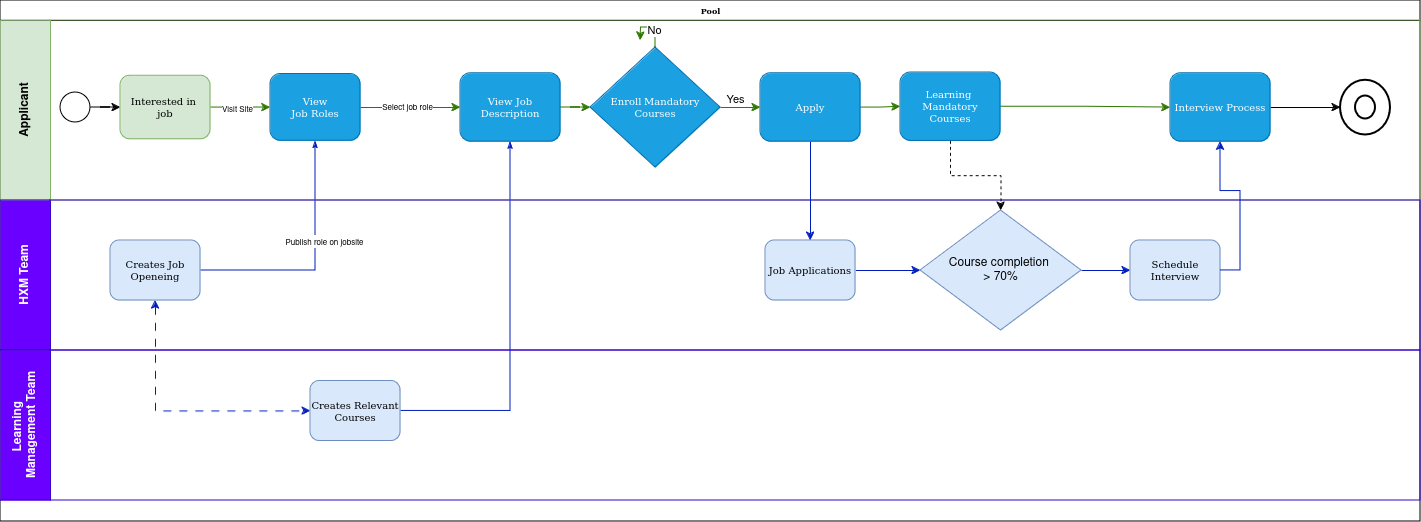
This is BPMN/Untitled Diagram.drawio.png from Meharaj-thoufik/Quality-Candidate-Recruit, a draw.io export, as it was before one commit. Source tidied: cells renumbered, new cells last; positions are measured from the earlier drawing's top-left corner, leaving out a move shared by most shapes.
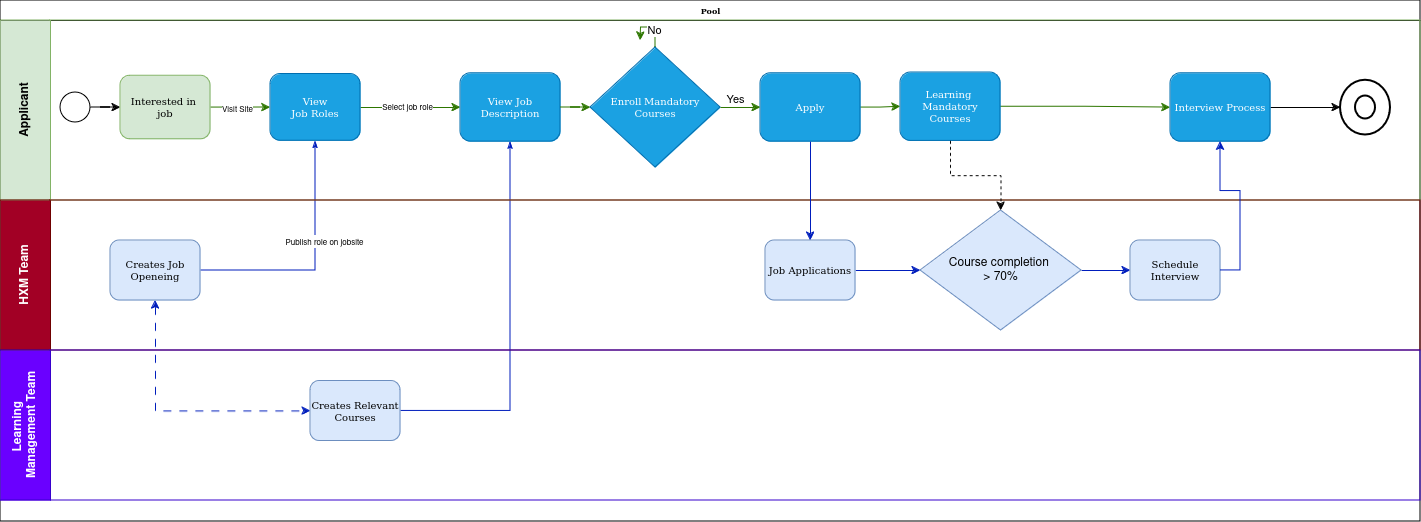
Above is the later version.

Change to the diagram source:
```diff
@@ -97,7 +97,7 @@
     <mxCell id="30" style="strokeWidth=2;html=1;shape=mxgraph.flowchart.start_2;whiteSpace=wrap;" parent="7" vertex="1">
       <mxGeometry x="1355" y="75.5" width="20" height="23" as="geometry" />
     </mxCell>
-    <mxCell id="31" value="HXM Team" style="swimlane;html=1;startSize=50;horizontal=0;fillColor=#6a00ff;strokeColor=#3700CC;fontColor=#ffffff;" parent="2" vertex="1">
+    <mxCell id="31" value="HXM Team" style="swimlane;html=1;startSize=50;horizontal=0;fillColor=#a20025;strokeColor=#6F0000;fontColor=#ffffff;" parent="2" vertex="1">
       <mxGeometry y="200" width="1420" height="150" as="geometry" />
     </mxCell>
     <mxCell id="32" value="&lt;font size=&quot;1&quot;&gt;&lt;span&gt;Creates Job Openeing &lt;/span&gt;&lt;/font&gt;" style="rounded=1;whiteSpace=wrap;html=1;shadow=0;labelBackgroundColor=none;strokeWidth=1;fontFamily=Verdana;fontSize=8;align=center;fillColor=#dae8fc;strokeColor=#6c8ebf;" parent="31" vertex="1">
```
